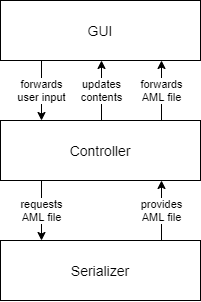
This is PROJECT/SAS/architecture.png from fabianthome/TINF20C_Team2_ModellingWizardForCables, a draw.io export, as it was before one commit. Source tidied: cells renumbered, new cells last; positions are measured from the earlier drawing's top-left corner, leaving out a move shared by most shapes.
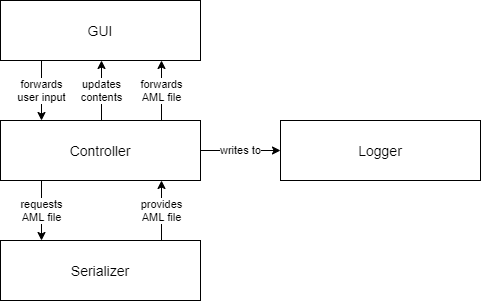
The same diagram one commit later.

Commit message:
Add diagram for project structure

Change to the diagram source:
```diff
@@ -5,6 +5,9 @@
     <mxCell id="2" value="GUI" style="rounded=0;whiteSpace=wrap;html=1;fontSize=14;" parent="1" vertex="1">
       <mxGeometry width="200" height="60" as="geometry" />
     </mxCell>
+    <mxCell id="10" value="writes to" style="edgeStyle=orthogonalEdgeStyle;rounded=0;jettySize=auto;html=1;" parent="1" edge="1" source="3" target="11">
+      <mxGeometry relative="1" as="geometry" />
+    </mxCell>
     <mxCell id="3" value="Controller" style="rounded=0;whiteSpace=wrap;html=1;fontSize=14;" parent="1" vertex="1">
       <mxGeometry y="120" width="200" height="60" as="geometry" />
     </mxCell>
@@ -44,5 +47,8 @@
         </Array>
       </mxGeometry>
     </mxCell>
+    <mxCell id="11" value="Logger" style="rounded=0;whiteSpace=wrap;html=1;fontSize=14;" parent="1" vertex="1">
+      <mxGeometry x="280" y="120" width="200" height="60" as="geometry" />
+    </mxCell>
   </root>
 </mxGraphModel>
```
